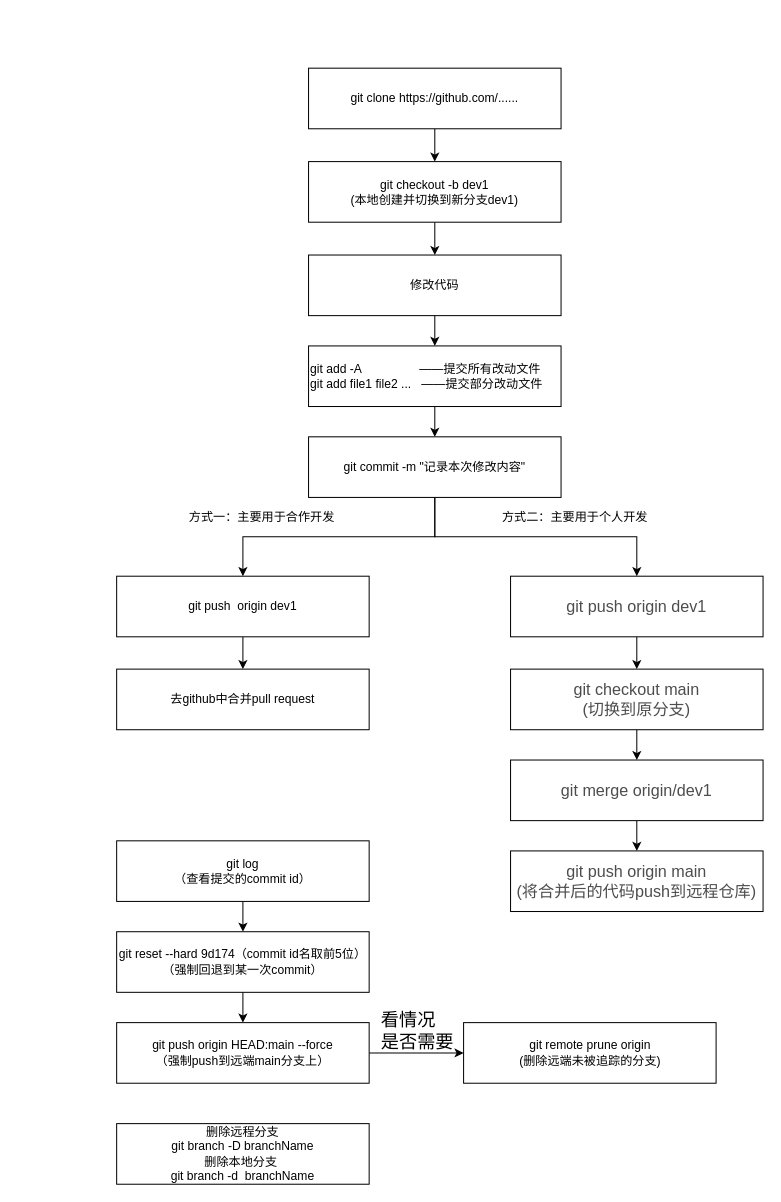
This is git流程.drawio from hao-tianxiao/zh_tools, a draw.io file, before an edit. Source tidied: cells renumbered, new cells numbered last; positions are measured from the earlier drawing's top-left corner, leaving out a move shared by most shapes. Both pictures are drawn from the tidied source at 101%, with x=0, y=0 at pixel (116, 68).
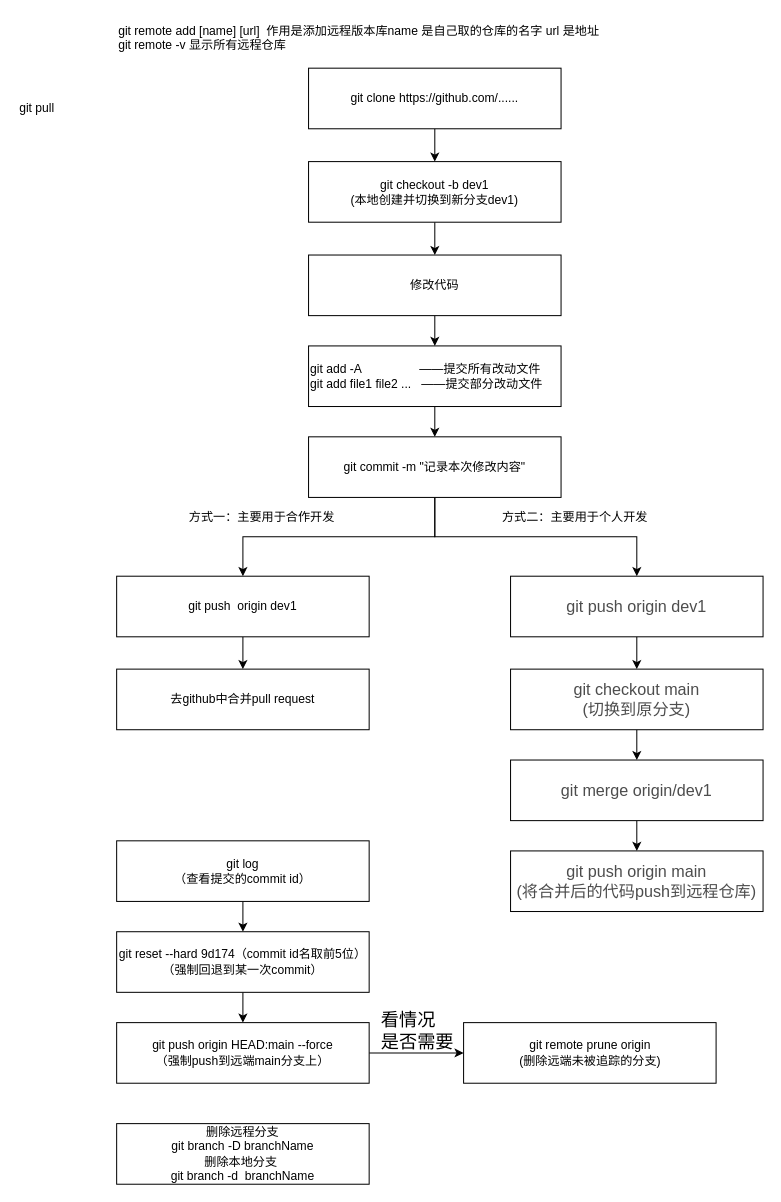
After the change.

Change to the diagram source:
```diff
@@
+    <mxCell id="34" value="git remote add [name] [url]&amp;nbsp; 作用是添加远程版本库name 是自己取的仓库的名字 url 是地址&lt;br&gt;git remote -v 显示所有远程仓库" style="text;html=1;" parent="1" vertex="1">
+      <mxGeometry y="-50" width="630" height="100" as="geometry" />
+    </mxCell>
+    <mxCell id="35" value="git pull" style="text;html=1;align=left;verticalAlign=top;spacingTop=-4;" parent="1" vertex="1">
+      <mxGeometry x="-98" y="30" width="50" height="20" as="geometry" />
+    </mxCell>
```
